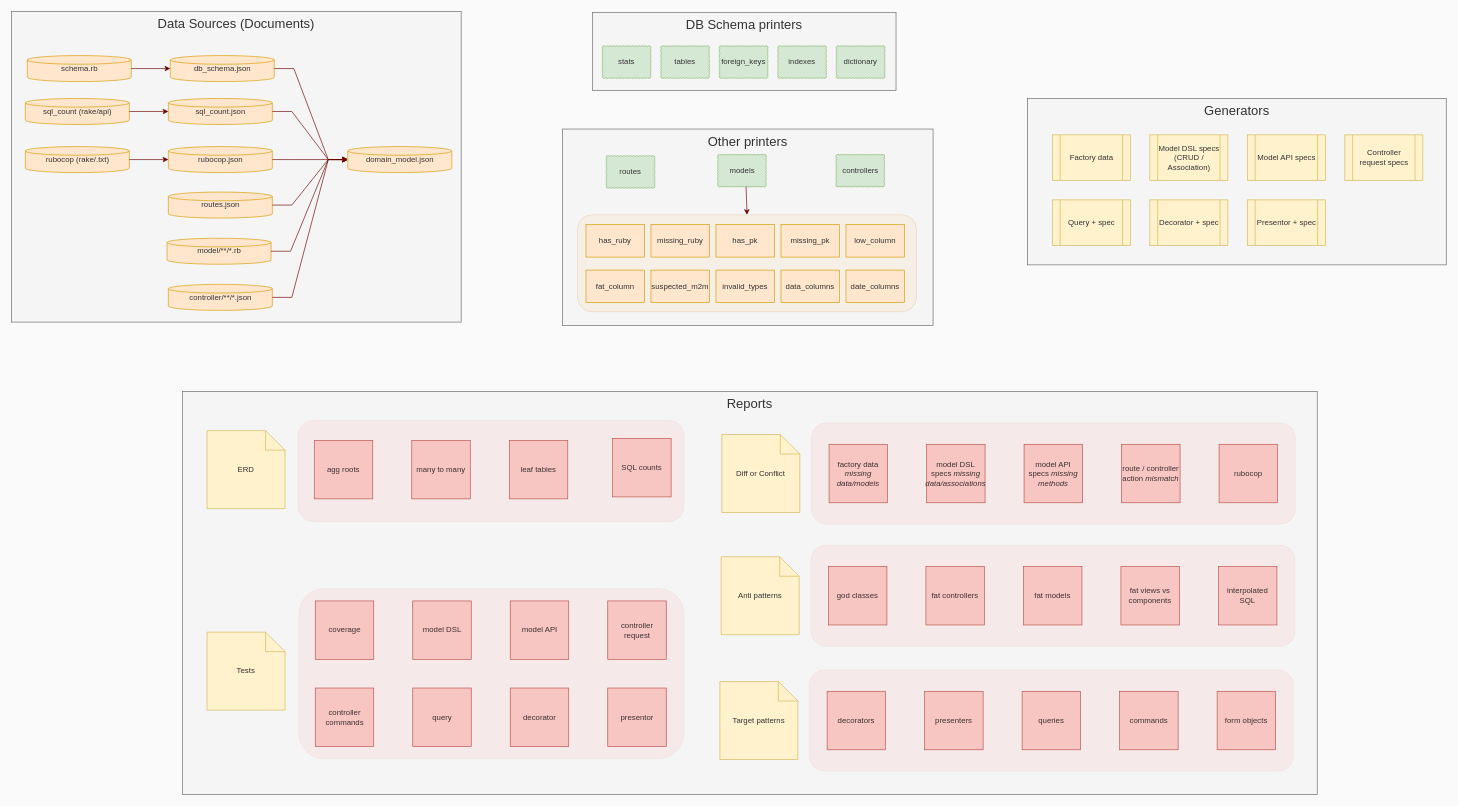
The draw.io diagram docs/printspeak-architecture-generator-custom.drawio in klueless-io/drawio_dsl, before the edit. Source tidied: cells renumbered, new cells numbered last; positions are measured from the earlier drawing's top-left corner, leaving out a move shared by most shapes. Both pictures are drawn from the tidied source at 65%, with x=0, y=0 at pixel (11, 11).
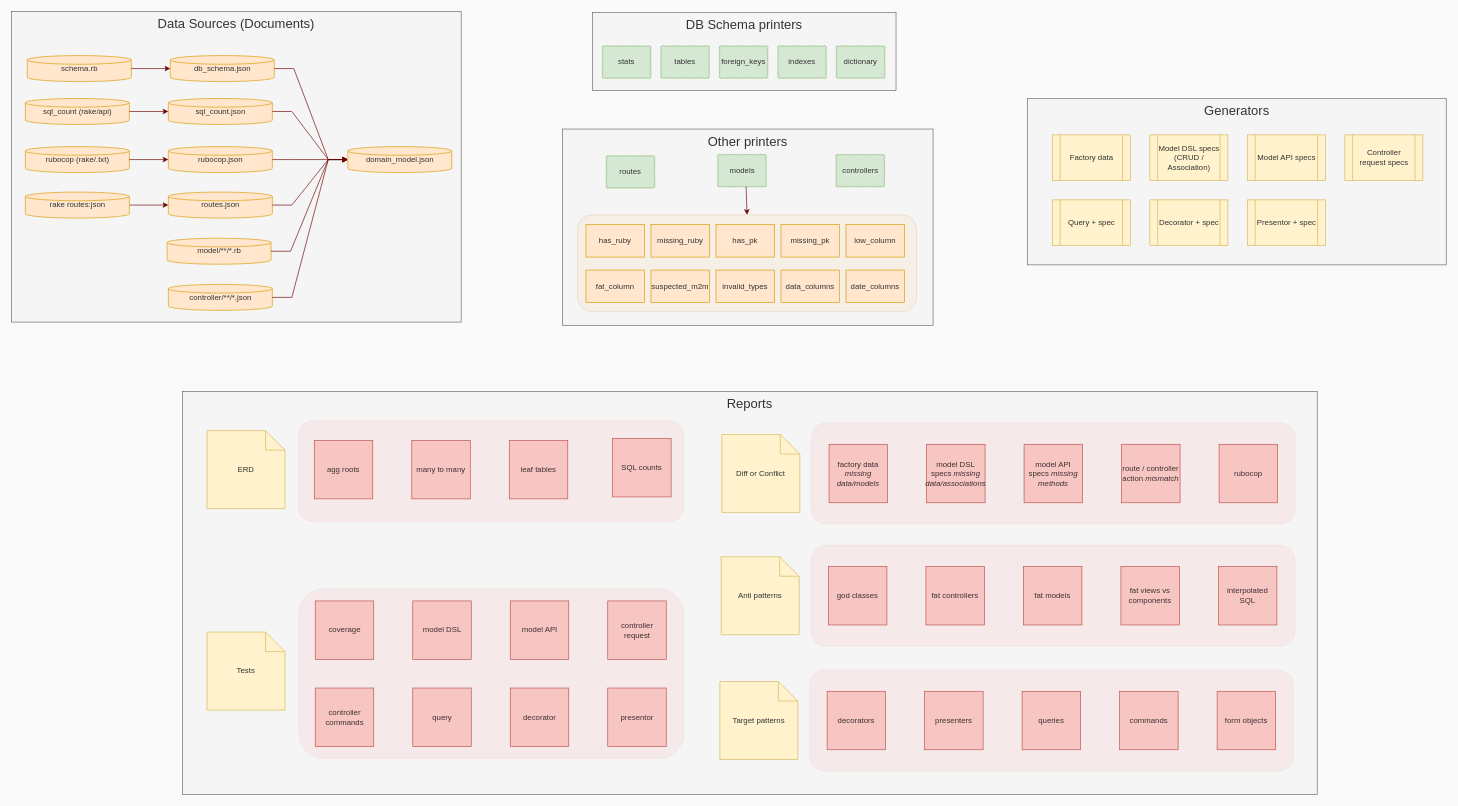
Above is the later version.

The change refers to these unchanged cells:
```xml
<mxCell id="9" value="routes.json" style="whiteSpace=wrap;html=1;rounded=0;fillColor=#ffe6cc;strokeColor=#d79b00;fontColor=#333333;shape=mxgraph.flowchart.database;strokeWidth=1;" parent="1" vertex="1">
  <mxGeometry x="241.5" y="278" width="160" height="40" as="geometry" />
</mxCell>
```

What changed in the source:
```diff
@@
+    <mxCell id="100" style="edgeStyle=none;shape=connector;rounded=0;html=1;exitX=1;exitY=0.5;exitDx=0;exitDy=0;exitPerimeter=0;entryX=0;entryY=0.5;entryDx=0;entryDy=0;entryPerimeter=0;labelBackgroundColor=default;fontFamily=Helvetica;fontSize=11;fontColor=default;endArrow=classic;strokeColor=#6F0000;fillColor=#a20025;" parent="1" edge="1" source="101" target="9">
+      <mxGeometry relative="1" as="geometry" />
+    </mxCell>
+    <mxCell id="101" value="rake routes:json&lt;br&gt;" style="whiteSpace=wrap;html=1;rounded=0;fillColor=#ffe6cc;strokeColor=#d79b00;fontColor=#333333;shape=mxgraph.flowchart.database;strokeWidth=1;" parent="1" vertex="1">
+      <mxGeometry x="21.5" y="278" width="160" height="40" as="geometry" />
+    </mxCell>
```
